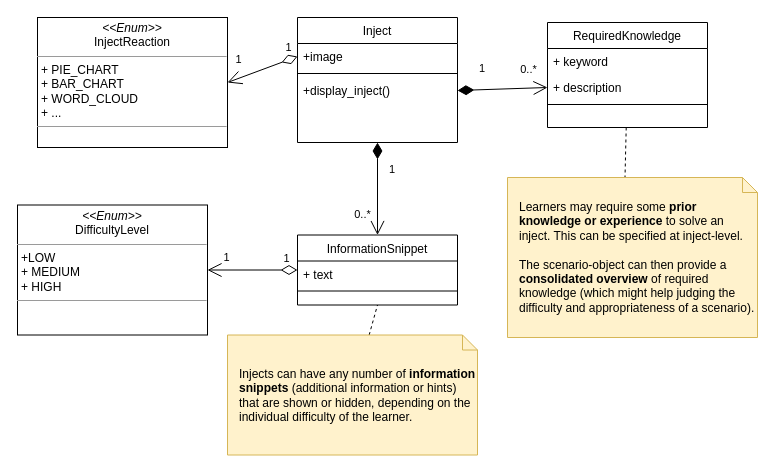
The draw.io diagram page "Inject v2" (5 of 5) of artefacts/concept-1.0/diagrams/class diagram.drawio in Elias-Ladenburger/CSEP, before the edit. Source tidied: cells renumbered, new cells numbered last; positions are measured from the earlier drawing's top-left corner, leaving out a move shared by most shapes. Both pictures are drawn from the tidied source at 100%, with x=0, y=0 at pixel (17, 17).
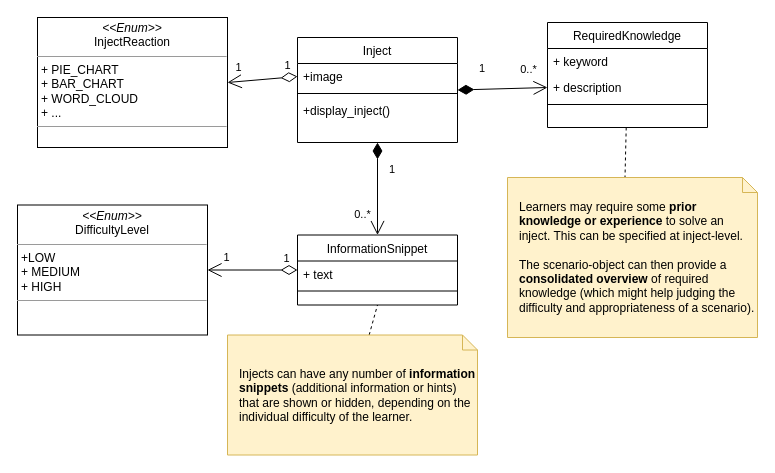
Above is the later version.

The change refers to these unchanged cells:
```xml
<mxCell id="5" value="+display_inject()" style="text;align=left;verticalAlign=top;spacingLeft=4;spacingRight=4;overflow=hidden;points=[[0,0.5],[1,0.5]];portConstraint=eastwest;rounded=0;shadow=0;html=0;" parent="2" vertex="1">
  <mxGeometry y="60" width="160" height="26" as="geometry" />
</mxCell>
<mxCell id="24" value="+ description" style="text;align=left;verticalAlign=top;spacingLeft=4;spacingRight=4;overflow=hidden;points=[[0,0.5],[1,0.5]];portConstraint=eastwest;rounded=0;shadow=0;html=0;" parent="22" vertex="1">
  <mxGeometry y="52" width="160" height="26" as="geometry" />
</mxCell>
```

Change to the diagram source:
```diff
@@
     <mxCell id="2" value="Inject" style="swimlane;fontStyle=0;align=center;verticalAlign=top;horizontal=1;startSize=26;rounded=0;shadow=0;strokeWidth=1;" parent="1" vertex="1">
-      <mxGeometry x="280" width="160" height="125" as="geometry" />
+      <mxGeometry x="280" y="20" width="160" height="105" as="geometry" />
     </mxCell>
@@
-    <mxCell id="26" value="1" style="endArrow=open;html=1;endSize=12;startArrow=diamondThin;startSize=14;startFill=1;align=left;verticalAlign=bottom;entryX=0;entryY=0.5;entryDx=0;entryDy=0;exitX=1;exitY=0.5;exitDx=0;exitDy=0;rounded=0;" parent="1" edge="1" source="5" target="24">
+    <mxCell id="26" value="1" style="endArrow=open;html=1;endSize=12;startArrow=diamondThin;startSize=14;startFill=1;align=left;verticalAlign=bottom;entryX=0;entryY=0.5;entryDx=0;entryDy=0;exitX=1;exitY=0.5;exitDx=0;exitDy=0;rounded=0;" parent="1" edge="1" source="2" target="24">
       <mxGeometry x="-0.55" y="12" relative="1" as="geometry" />
     </mxCell>
```
